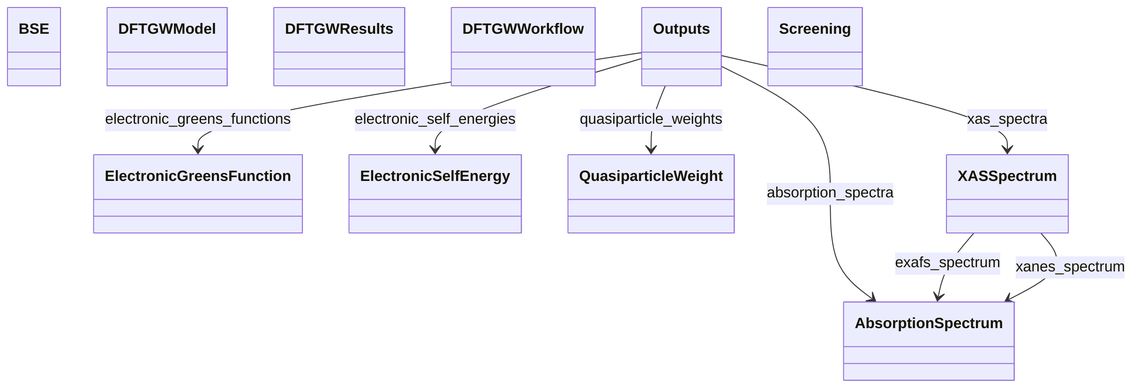
This is docs/assets/diagrams/spectroscopy_0.png from FAIRmat-NFDI/nomad-simulations, a Mermaid export, as it was before one commit. Its source is kept beside it as docs/assets/diagrams/spectroscopy_0.png.mmd.
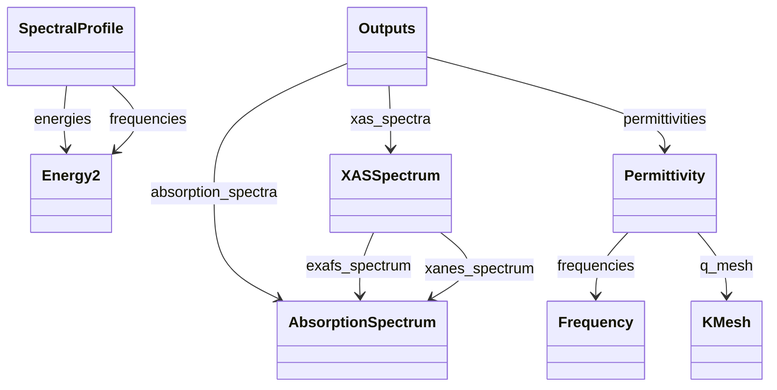
After the commit.

Diff of the diagram source:
```diff
@@ -1,19 +1,18 @@
 classDiagram
     class AbsorptionSpectrum
-    class BSE
-    class DFTGWModel
-    class DFTGWResults
-    class DFTGWWorkflow
-    class ElectronicGreensFunction
-    class ElectronicSelfEnergy
+    class Energy2
+    class Frequency
+    class KMesh
     class Outputs
-    class QuasiparticleWeight
-    class Screening
+    class Permittivity
+    class SpectralProfile
     class XASSpectrum
     Outputs --> AbsorptionSpectrum : absorption_spectra
-    Outputs --> ElectronicGreensFunction : electronic_greens_functions
-    Outputs --> ElectronicSelfEnergy : electronic_self_energies
-    Outputs --> QuasiparticleWeight : quasiparticle_weights
+    Outputs --> Permittivity : permittivities
     Outputs --> XASSpectrum : xas_spectra
+    Permittivity --> Frequency : frequencies
+    Permittivity --> KMesh : q_mesh
+    SpectralProfile --> Energy2 : energies
+    SpectralProfile --> Energy2 : frequencies
     XASSpectrum --> AbsorptionSpectrum : exafs_spectrum
     XASSpectrum --> AbsorptionSpectrum : xanes_spectrum
```
